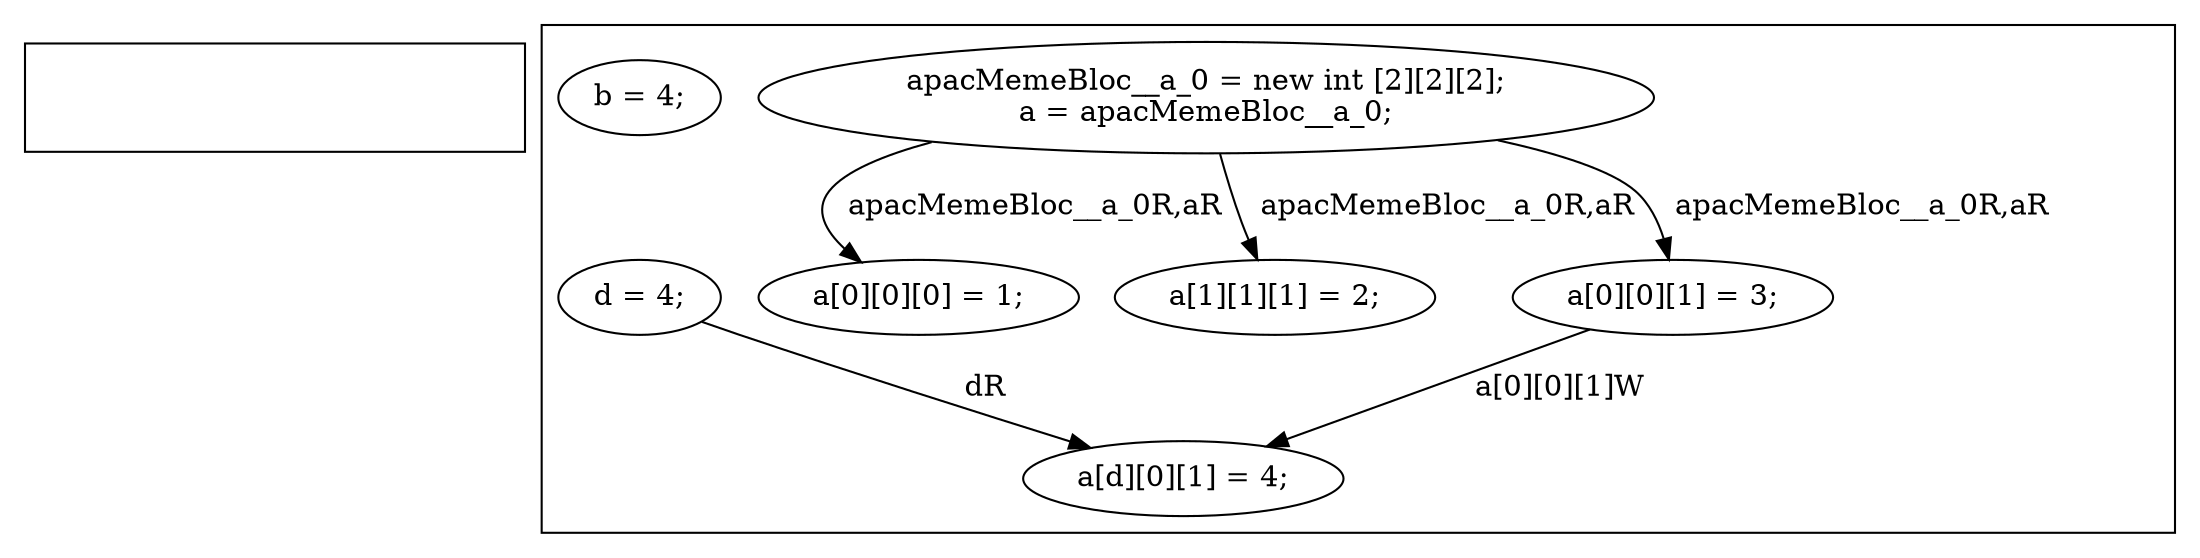
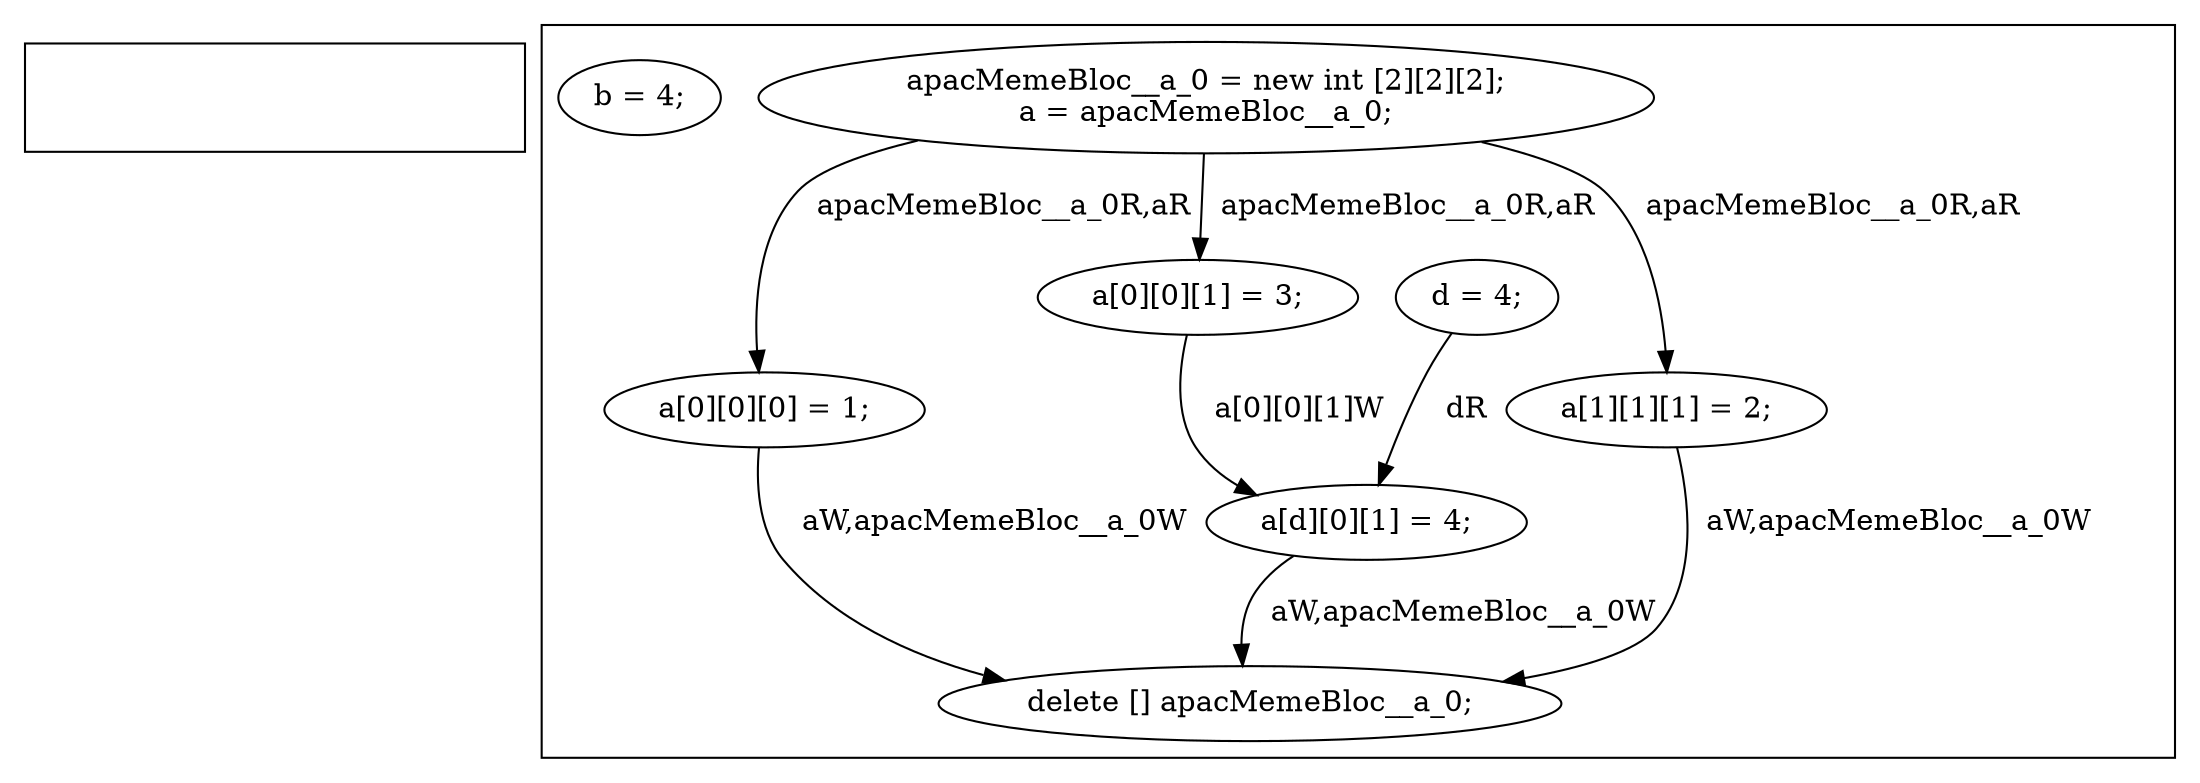
digraph G {
subgraph cluster_f0 {
    invisibleNodeScope_2 [style=invis];
}
subgraph cluster_f1 {
    invisibleNodeScope_3 [style=invis];
    0 [label="apacMemeBloc__a_0 = new int [2][2][2];
a = apacMemeBloc__a_0;"];
    2 [label="b = 4;"];
    3 [label="d = 4;"];
    4 [label="a[0][0][0] = 1;"];
    5 [label="a[1][1][1] = 2;"];
    6 [label="a[0][0][1] = 3;"];
    7 [label="a[d][0][1] = 4;"];
+     8 [label="delete [] apacMemeBloc__a_0;"];
}
    0 -> 6[label="  apacMemeBloc__a_0R,aR"];
    0 -> 5[label="  apacMemeBloc__a_0R,aR"];
    0 -> 4[label="  apacMemeBloc__a_0R,aR"];
    3 -> 7[label="  dR"];
+     4 -> 8[label="  aW,apacMemeBloc__a_0W"];
+     5 -> 8[label="  aW,apacMemeBloc__a_0W"];
    6 -> 7[label="  a[0][0][1]W"];
+     7 -> 8[label="  aW,apacMemeBloc__a_0W"];
}
